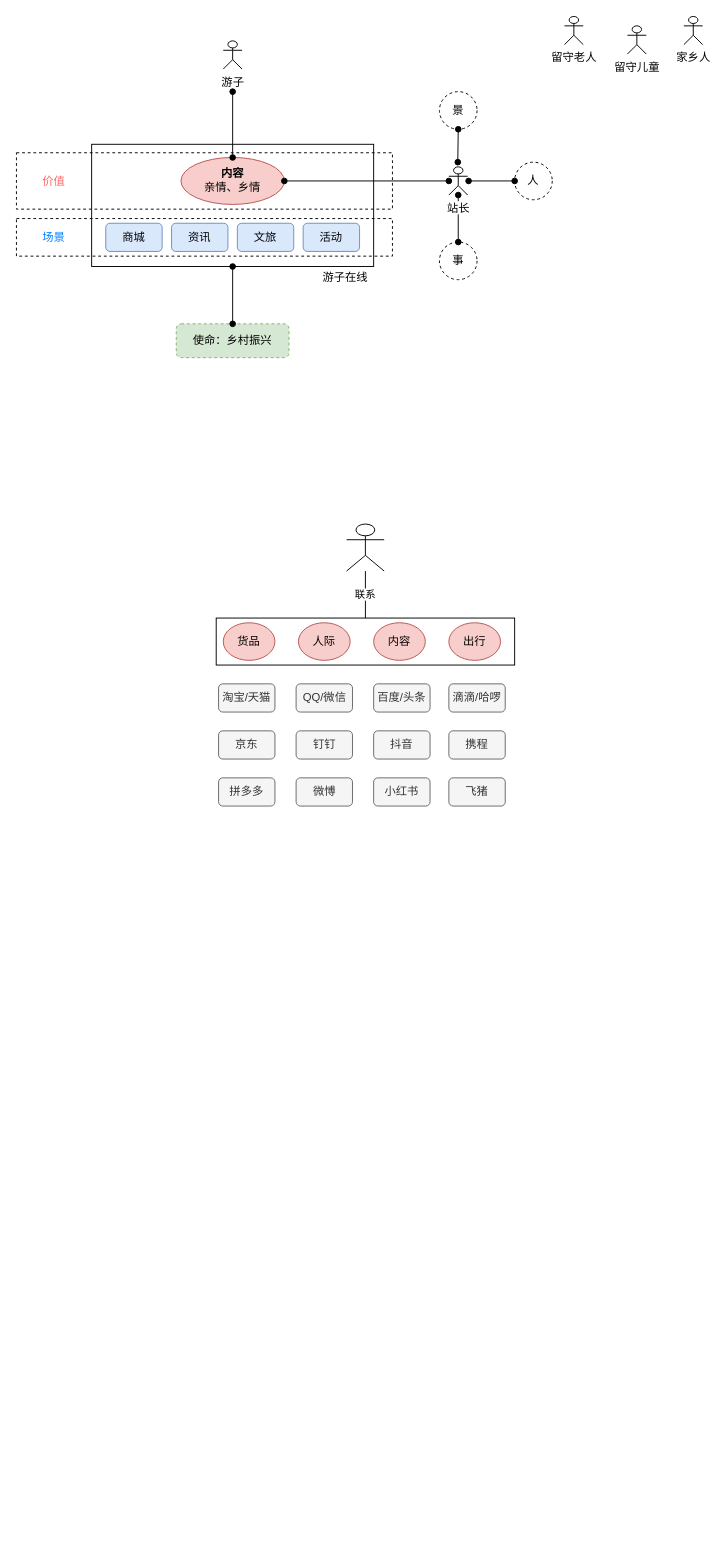
trey03/draw keeps this draw.io diagram as yzzx-sc.drawio. Above is the earlier version. Source tidied: cells renumbered, new cells numbered last; positions are measured from the earlier drawing's top-left corner, leaving out a move shared by most shapes. Both pictures are drawn from the tidied source at 94%, with x=0, y=0 at pixel (16, 16).
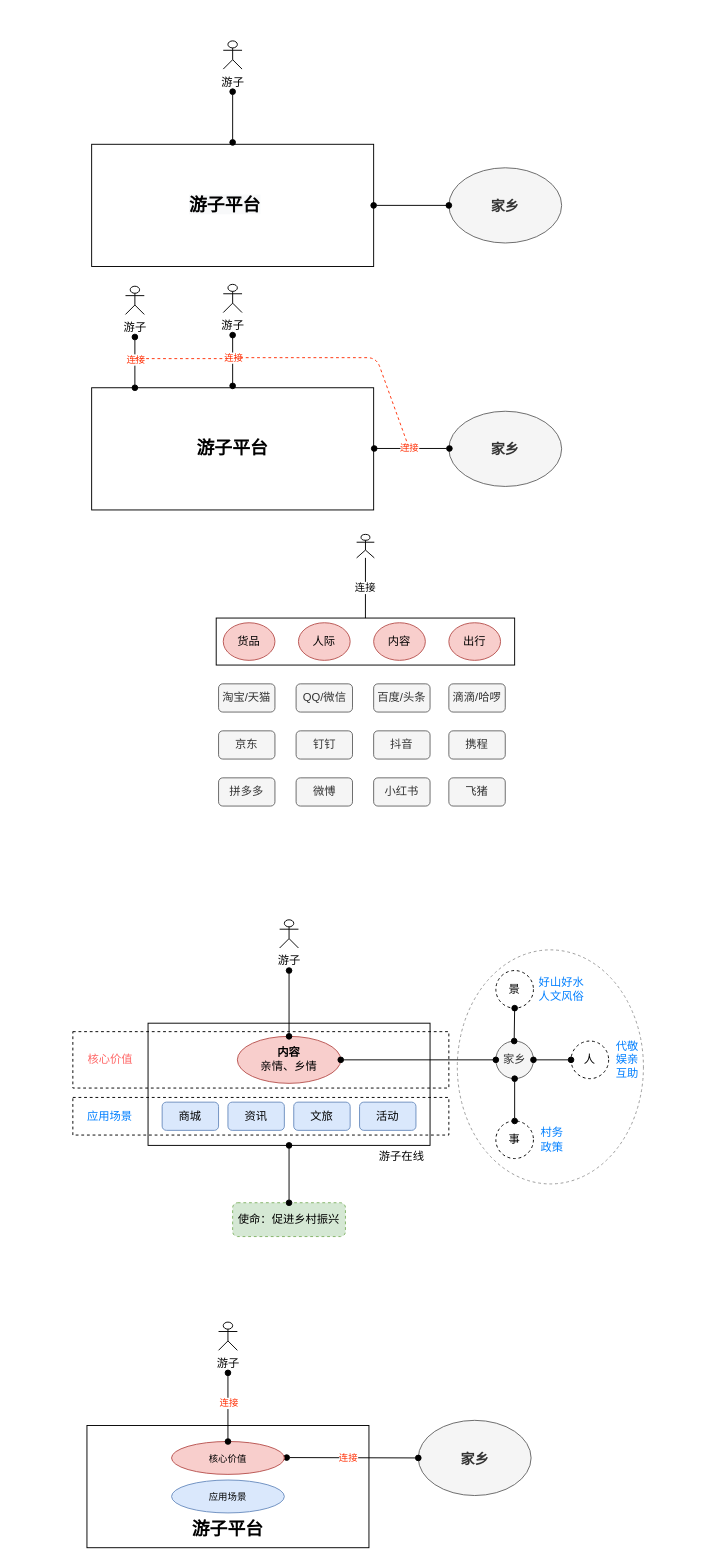
Above is the later version.

Unchanged cells that the change refers to:
```xml
<mxCell id="26" style="html=1;" parent="1" vertex="1">
  <mxGeometry x="212.5" y="640" width="317.5" height="50" as="geometry" />
</mxCell>
```

What changed in the source:
```diff
@@
+    <mxCell id="47" style="ellipse;whiteSpace=wrap;html=1;strokeColor=#999999;fontSize=10;fontColor=#333333;fillColor=none;dashed=1;" parent="1" vertex="1">
+      <mxGeometry x="469" y="993" width="198" height="249" as="geometry" />
+    </mxCell>
-    <mxCell id="2" style="rounded=0;whiteSpace=wrap;html=1;" parent="1" vertex="1">
+    <mxCell id="2" style="rounded=0;whiteSpace=wrap;html=1;fontStyle=1;fontSize=19;" parent="1" vertex="1">
       <mxGeometry x="80" y="136" width="300" height="130" as="geometry" />
     </mxCell>
-    <mxCell id="3" style="rounded=0;whiteSpace=wrap;html=1;dashed=1;fillColor=none;" parent="1" vertex="1">
-      <mxGeometry y="215" width="400" height="40" as="geometry" />
-    </mxCell>
@@
-    <mxCell id="5" value="&lt;b&gt;内容&lt;/b&gt;&lt;br&gt;亲情、乡情" style="ellipse;whiteSpace=wrap;html=1;fillColor=#f8cecc;strokeColor=#b85450;spacing=15;spacingTop=0;spacingBottom=3;" parent="1" vertex="1">
-      <mxGeometry x="175" y="150" width="110" height="50" as="geometry" />
-    </mxCell>
-    <mxCell id="6" style="rounded=0;jettySize=auto;html=1;endArrow=oval;endFill=1;startArrow=oval;startFill=1;exitX=0.5;exitY=0;exitDx=0;exitDy=0;" parent="1" edge="1" source="5">
+    <mxCell id="6" style="rounded=0;orthogonalLoop=1;jettySize=auto;html=1;endArrow=oval;endFill=1;startArrow=oval;startFill=1;" parent="1" edge="1">
       <mxGeometry relative="1" as="geometry">
+        <mxPoint x="230" y="134" as="sourcePoint" />
         <mxPoint x="230" y="80" as="targetPoint" />
       </mxGeometry>
     </mxCell>
-    <mxCell id="7" value="商城" style="rounded=1;whiteSpace=wrap;html=1;fillColor=#dae8fc;strokeColor=#6c8ebf;" parent="1" vertex="1">
-      <mxGeometry x="95" y="220" width="60" height="30" as="geometry" />
-    </mxCell>
-    <mxCell id="8" value="资讯" style="rounded=1;whiteSpace=wrap;html=1;fillColor=#dae8fc;strokeColor=#6c8ebf;" parent="1" vertex="1">
-      <mxGeometry x="165" y="220" width="60" height="30" as="geometry" />
-    </mxCell>
-    <mxCell id="9" value="文旅" style="rounded=1;whiteSpace=wrap;html=1;fillColor=#dae8fc;strokeColor=#6c8ebf;" parent="1" vertex="1">
-      <mxGeometry x="235" y="220" width="60" height="30" as="geometry" />
-    </mxCell>
-    <mxCell id="10" value="活动" style="rounded=1;whiteSpace=wrap;html=1;fillColor=#dae8fc;strokeColor=#6c8ebf;" parent="1" vertex="1">
-      <mxGeometry x="305" y="220" width="60" height="30" as="geometry" />
-    </mxCell>
-    <mxCell id="11" style="edgeStyle=none;rounded=0;jettySize=auto;html=1;entryX=1;entryY=0.5;entryDx=0;entryDy=0;startArrow=oval;startFill=1;endArrow=oval;endFill=1;" parent="1" edge="1" target="5">
-      <mxGeometry relative="1" as="geometry">
-        <mxPoint x="460" y="175" as="sourcePoint" />
-      </mxGeometry>
-    </mxCell>
-    <mxCell id="12" style="edgeStyle=none;rounded=0;jettySize=auto;html=1;startArrow=oval;startFill=1;endArrow=oval;endFill=1;" parent="1" edge="1" source="13">
-      <mxGeometry relative="1" as="geometry">
-        <mxPoint x="470" y="240" as="targetPoint" />
-      </mxGeometry>
-    </mxCell>
-    <mxCell id="13" value="站长" style="shape=umlActor;verticalLabelPosition=bottom;labelBackgroundColor=#ffffff;verticalAlign=top;html=1;outlineConnect=0;" parent="1" vertex="1">
-      <mxGeometry x="460" y="160" width="20" height="30" as="geometry" />
-    </mxCell>
-    <mxCell id="14" value="场景" style="text;html=1;strokeColor=none;fillColor=none;align=center;verticalAlign=middle;whiteSpace=wrap;rounded=0;dashed=1;fontColor=#007FFF;" parent="1" vertex="1">
-      <mxGeometry x="20" y="225" width="40" height="20" as="geometry" />
-    </mxCell>
-    <mxCell id="15" style="rounded=0;whiteSpace=wrap;html=1;dashed=1;fillColor=none;" parent="1" vertex="1">
-      <mxGeometry y="145" width="400" height="60" as="geometry" />
-    </mxCell>
-    <mxCell id="16" value="价值" style="text;html=1;strokeColor=none;fillColor=none;align=center;verticalAlign=middle;whiteSpace=wrap;rounded=0;dashed=1;fontColor=#FF6666;" parent="1" vertex="1">
-      <mxGeometry x="20" y="166" width="40" height="20" as="geometry" />
-    </mxCell>
-    <mxCell id="17" value="游子在线" style="text;html=1;strokeColor=none;fillColor=none;align=center;verticalAlign=middle;whiteSpace=wrap;rounded=0;dashed=1;" parent="1" vertex="1">
-      <mxGeometry x="316" y="268" width="68" height="20" as="geometry" />
-    </mxCell>
-    <mxCell id="18" value="使命：乡村振兴" style="rounded=1;whiteSpace=wrap;html=1;dashed=1;fillColor=#d5e8d4;strokeColor=#82b366;" parent="1" vertex="1">
-      <mxGeometry x="170" y="327" width="120" height="36" as="geometry" />
-    </mxCell>
-    <mxCell id="19" style="edgeStyle=none;rounded=0;jettySize=auto;html=1;exitX=0.5;exitY=1;exitDx=0;exitDy=0;entryX=0.5;entryY=0;entryDx=0;entryDy=0;startArrow=oval;startFill=1;endArrow=oval;endFill=1;" parent="1" edge="1" source="2" target="18">
-      <mxGeometry relative="1" as="geometry" />
-    </mxCell>
-    <mxCell id="20" value="留守儿童" style="shape=umlActor;verticalLabelPosition=bottom;labelBackgroundColor=#ffffff;verticalAlign=top;html=1;" parent="1" vertex="1">
-      <mxGeometry x="650" y="10" width="20" height="30" as="geometry" />
-    </mxCell>
-    <mxCell id="21" value="留守老人" style="shape=umlActor;verticalLabelPosition=bottom;labelBackgroundColor=#ffffff;verticalAlign=top;html=1;" parent="1" vertex="1">
-      <mxGeometry x="583" width="20" height="30" as="geometry" />
-    </mxCell>
-    <mxCell id="22" value="家乡人" style="shape=umlActor;verticalLabelPosition=bottom;labelBackgroundColor=#ffffff;verticalAlign=top;html=1;" parent="1" vertex="1">
-      <mxGeometry x="710" width="20" height="30" as="geometry" />
-    </mxCell>
-    <mxCell id="23" style="rounded=0;orthogonalLoop=1;jettySize=auto;html=1;endArrow=oval;endFill=1;startArrow=oval;startFill=1;" parent="1" edge="1">
-      <mxGeometry relative="1" as="geometry">
-        <mxPoint x="481" y="175" as="sourcePoint" />
-        <mxPoint x="530" y="175" as="targetPoint" />
-      </mxGeometry>
-    </mxCell>
-    <mxCell id="24" value="事" style="ellipse;whiteSpace=wrap;html=1;dashed=1;fillColor=none;" parent="1" vertex="1">
-      <mxGeometry x="450" y="240" width="40" height="40" as="geometry" />
-    </mxCell>
     <mxCell id="25" style="shape=umlActor;verticalLabelPosition=bottom;labelBackgroundColor=#ffffff;verticalAlign=top;html=1;outlineConnect=0;" parent="1" vertex="1">
-      <mxGeometry x="351.2" y="540" width="40" height="50" as="geometry" />
+      <mxGeometry x="361.9" y="551" width="18.8" height="25" as="geometry" />
     </mxCell>
@@
-    <mxCell id="30" value="联系" style="endArrow=none;html=1;fontColor=#000000;exitX=0.5;exitY=0;exitDx=0;exitDy=0;" parent="1" edge="1" source="26" target="25">
+    <mxCell id="30" value="连接" style="endArrow=none;html=1;fontColor=#000000;exitX=0.5;exitY=0;exitDx=0;exitDy=0;" parent="1" edge="1" source="26" target="25">
       <mxGeometry relative="1" as="geometry" />
     </mxCell>
-    <mxCell id="31" value="人" style="ellipse;whiteSpace=wrap;html=1;dashed=1;fillColor=none;" parent="1" vertex="1">
-      <mxGeometry x="530" y="155" width="40" height="40" as="geometry" />
-    </mxCell>
-    <mxCell id="32" value="景" style="ellipse;whiteSpace=wrap;html=1;dashed=1;fillColor=none;" parent="1" vertex="1">
-      <mxGeometry x="450" y="80" width="40" height="40" as="geometry" />
-    </mxCell>
-    <mxCell id="33" style="edgeStyle=none;rounded=0;orthogonalLoop=1;jettySize=auto;html=1;startArrow=oval;startFill=1;endArrow=oval;endFill=1;" parent="1" edge="1">
-      <mxGeometry relative="1" as="geometry">
-        <mxPoint x="470" y="120" as="sourcePoint" />
-        <mxPoint x="469.5" y="155" as="targetPoint" />
-      </mxGeometry>
-    </mxCell>
@@
+    <mxCell id="48" style="rounded=0;whiteSpace=wrap;html=1;" parent="1" vertex="1">
+      <mxGeometry x="140" y="1071" width="300" height="130" as="geometry" />
+    </mxCell>
+    <mxCell id="49" style="rounded=0;whiteSpace=wrap;html=1;dashed=1;fillColor=none;" parent="1" vertex="1">
+      <mxGeometry x="60" y="1150" width="400" height="40" as="geometry" />
+    </mxCell>
+    <mxCell id="50" value="游子" style="shape=umlActor;verticalLabelPosition=bottom;labelBackgroundColor=#ffffff;verticalAlign=top;html=1;" parent="1" vertex="1">
+      <mxGeometry x="280" y="961" width="20" height="30" as="geometry" />
+    </mxCell>
+    <mxCell id="5" value="&lt;b&gt;内容&lt;/b&gt;&lt;br&gt;亲情、乡情" style="ellipse;whiteSpace=wrap;html=1;fillColor=#f8cecc;strokeColor=#b85450;spacing=15;spacingTop=0;spacingBottom=3;" parent="1" vertex="1">
+      <mxGeometry x="235" y="1085" width="110" height="50" as="geometry" />
+    </mxCell>
+    <mxCell id="51" style="rounded=0;jettySize=auto;html=1;endArrow=oval;endFill=1;startArrow=oval;startFill=1;exitX=0.5;exitY=0;exitDx=0;exitDy=0;" parent="1" edge="1" source="5">
+      <mxGeometry relative="1" as="geometry">
+        <mxPoint x="290" y="1015" as="targetPoint" />
+      </mxGeometry>
+    </mxCell>
+    <mxCell id="7" value="商城" style="rounded=1;whiteSpace=wrap;html=1;fillColor=#dae8fc;strokeColor=#6c8ebf;" parent="1" vertex="1">
+      <mxGeometry x="155" y="1155" width="60" height="30" as="geometry" />
+    </mxCell>
+    <mxCell id="8" value="资讯" style="rounded=1;whiteSpace=wrap;html=1;fillColor=#dae8fc;strokeColor=#6c8ebf;" parent="1" vertex="1">
+      <mxGeometry x="225" y="1155" width="60" height="30" as="geometry" />
+    </mxCell>
+    <mxCell id="9" value="文旅" style="rounded=1;whiteSpace=wrap;html=1;fillColor=#dae8fc;strokeColor=#6c8ebf;" parent="1" vertex="1">
+      <mxGeometry x="295" y="1155" width="60" height="30" as="geometry" />
+    </mxCell>
+    <mxCell id="10" value="活动" style="rounded=1;whiteSpace=wrap;html=1;fillColor=#dae8fc;strokeColor=#6c8ebf;" parent="1" vertex="1">
+      <mxGeometry x="365" y="1155" width="60" height="30" as="geometry" />
+    </mxCell>
+    <mxCell id="52" value="应用场景" style="text;html=1;strokeColor=none;fillColor=none;align=center;verticalAlign=middle;whiteSpace=wrap;rounded=0;dashed=1;fontColor=#007FFF;" parent="1" vertex="1">
+      <mxGeometry x="74" y="1160" width="51" height="20" as="geometry" />
+    </mxCell>
+    <mxCell id="53" style="rounded=0;whiteSpace=wrap;html=1;dashed=1;fillColor=none;" parent="1" vertex="1">
+      <mxGeometry x="60" y="1080" width="400" height="60" as="geometry" />
+    </mxCell>
+    <mxCell id="54" value="核心价值" style="text;html=1;strokeColor=none;fillColor=none;align=center;verticalAlign=middle;whiteSpace=wrap;rounded=0;dashed=1;fontColor=#FF6666;" parent="1" vertex="1">
+      <mxGeometry x="75" y="1100" width="50" height="20" as="geometry" />
+    </mxCell>
+    <mxCell id="17" value="游子在线" style="text;html=1;strokeColor=none;fillColor=none;align=center;verticalAlign=middle;whiteSpace=wrap;rounded=0;dashed=1;" parent="1" vertex="1">
+      <mxGeometry x="376" y="1203" width="68" height="20" as="geometry" />
+    </mxCell>
+    <mxCell id="55" value="使命：促进乡村振兴" style="rounded=1;whiteSpace=wrap;html=1;dashed=1;fillColor=#d5e8d4;strokeColor=#82b366;" parent="1" vertex="1">
+      <mxGeometry x="230" y="1262" width="120" height="36" as="geometry" />
+    </mxCell>
+    <mxCell id="56" style="edgeStyle=none;rounded=0;jettySize=auto;html=1;exitX=0.5;exitY=1;exitDx=0;exitDy=0;entryX=0.5;entryY=0;entryDx=0;entryDy=0;startArrow=oval;startFill=1;endArrow=oval;endFill=1;" parent="1" edge="1" source="48" target="55">
+      <mxGeometry relative="1" as="geometry" />
+    </mxCell>
+    <mxCell id="24" value="事" style="ellipse;whiteSpace=wrap;html=1;fillColor=none;dashed=1;" parent="1" vertex="1">
+      <mxGeometry x="510" y="1175" width="40" height="40" as="geometry" />
+    </mxCell>
+    <mxCell id="31" value="人" style="ellipse;whiteSpace=wrap;html=1;fillColor=none;dashed=1;" parent="1" vertex="1">
+      <mxGeometry x="590" y="1090" width="40" height="40" as="geometry" />
+    </mxCell>
+    <mxCell id="32" value="景" style="ellipse;whiteSpace=wrap;html=1;fillColor=none;dashed=1;" parent="1" vertex="1">
+      <mxGeometry x="510" y="1015" width="40" height="40" as="geometry" />
+    </mxCell>
+    <mxCell id="57" value="代敬&lt;br&gt;娱亲&lt;br&gt;互助" style="text;html=1;strokeColor=none;fillColor=none;align=center;verticalAlign=middle;whiteSpace=wrap;rounded=0;fontColor=#007FFF;" parent="1" vertex="1">
+      <mxGeometry x="630" y="1100" width="40" height="20" as="geometry" />
+    </mxCell>
+    <mxCell id="58" value="好山好水&lt;br&gt;人文风俗" style="text;html=1;strokeColor=none;fillColor=none;align=center;verticalAlign=middle;whiteSpace=wrap;rounded=0;fontColor=#007FFF;" parent="1" vertex="1">
+      <mxGeometry x="550" y="1025" width="60" height="20" as="geometry" />
+    </mxCell>
+    <mxCell id="59" value="村务&lt;br&gt;政策&lt;br&gt;" style="text;html=1;strokeColor=none;fillColor=none;align=center;verticalAlign=middle;whiteSpace=wrap;rounded=0;fontColor=#007FFF;" parent="1" vertex="1">
+      <mxGeometry x="550" y="1185" width="40" height="20" as="geometry" />
+    </mxCell>
+    <mxCell id="60" value="家乡" style="ellipse;whiteSpace=wrap;html=1;strokeColor=#666666;fontColor=#333333;fillColor=#f5f5f5;fontStyle=1;fontSize=15;" parent="1" vertex="1">
+      <mxGeometry x="460" y="161" width="120" height="80" as="geometry" />
+    </mxCell>
+    <mxCell id="11" style="edgeStyle=none;rounded=0;jettySize=auto;html=1;startArrow=oval;startFill=1;endArrow=oval;endFill=1;entryX=1;entryY=0.5;entryDx=0;entryDy=0;exitX=0;exitY=0.5;exitDx=0;exitDy=0;" parent="1" edge="1" source="60" target="2">
+      <mxGeometry relative="1" as="geometry" />
+    </mxCell>
+    <mxCell id="61" value="游子平台" style="rounded=0;whiteSpace=wrap;html=1;fontStyle=1;fontSize=19;" parent="1" vertex="1">
+      <mxGeometry x="80" y="395" width="300" height="130" as="geometry" />
+    </mxCell>
+    <mxCell id="62" value="游子" style="shape=umlActor;verticalLabelPosition=bottom;labelBackgroundColor=#ffffff;verticalAlign=top;html=1;" parent="1" vertex="1">
+      <mxGeometry x="220" y="285" width="20" height="30" as="geometry" />
+    </mxCell>
+    <mxCell id="63" style="rounded=0;orthogonalLoop=1;jettySize=auto;html=1;endArrow=oval;endFill=1;startArrow=oval;startFill=1;" parent="1" edge="1">
+      <mxGeometry relative="1" as="geometry">
+        <mxPoint x="230" y="393" as="sourcePoint" />
+        <mxPoint x="230" y="339" as="targetPoint" />
+      </mxGeometry>
+    </mxCell>
+    <mxCell id="64" value="&lt;font style=&quot;font-size: 10px;&quot;&gt;连接&lt;/font&gt;" style="edgeLabel;html=1;align=center;verticalAlign=middle;fontSize=10;fontColor=#FF3108;" parent="63" vertex="1">
+      <mxGeometry x="0.15" relative="1" as="geometry" />
+    </mxCell>
+    <mxCell id="65" value="家乡" style="ellipse;whiteSpace=wrap;html=1;strokeColor=#666666;fontColor=#333333;fillColor=#f5f5f5;fontStyle=1;fontSize=15;" parent="1" vertex="1">
+      <mxGeometry x="460" y="420" width="120" height="80" as="geometry" />
+    </mxCell>
+    <mxCell id="66" style="edgeStyle=none;rounded=0;orthogonalLoop=1;jettySize=auto;html=1;startArrow=oval;startFill=1;endArrow=oval;endFill=1;" parent="1" edge="1">
+      <mxGeometry relative="1" as="geometry">
+        <mxPoint x="460.6" y="459.6" as="sourcePoint" />
+        <mxPoint x="380.6" y="459.6" as="targetPoint" />
+      </mxGeometry>
+    </mxCell>
+    <mxCell id="67" value="连接" style="edgeLabel;html=1;align=center;verticalAlign=middle;fontSize=10;fontColor=#FF3108;" parent="66" vertex="1">
+      <mxGeometry x="0.07" y="-1" relative="1" as="geometry" />
+    </mxCell>
+    <mxCell id="68" value="&lt;span style=&quot;color: rgb(0, 0, 0); font-family: Helvetica; font-size: 19px; font-style: normal; font-variant-ligatures: normal; font-variant-caps: normal; font-weight: 700; letter-spacing: normal; orphans: 2; text-align: center; text-indent: 0px; text-transform: none; widows: 2; word-spacing: 0px; -webkit-text-stroke-width: 0px; background-color: rgb(248, 249, 250); text-decoration-style: initial; text-decoration-color: initial; float: none; display: inline !important;&quot;&gt;游子平台&lt;/span&gt;" style="text;whiteSpace=wrap;html=1;fontSize=10;fontColor=#FF3108;" parent="1" vertex="1">
+      <mxGeometry x="182" y="183" width="96" height="30" as="geometry" />
+    </mxCell>
+    <mxCell id="69" style="endArrow=none;dashed=1;html=1;fontSize=10;fontColor=#FF3108;strokeColor=#FF3108;" parent="1" edge="1">
+      <mxGeometry relative="1" as="geometry">
+        <mxPoint x="232" y="363" as="sourcePoint" />
+        <mxPoint x="418" y="460" as="targetPoint" />
+        <Array as="points">
+          <mxPoint x="383" y="363" />
+        </Array>
+      </mxGeometry>
+    </mxCell>
+    <mxCell id="70" value="游子" style="shape=umlActor;verticalLabelPosition=bottom;labelBackgroundColor=#ffffff;verticalAlign=top;html=1;" parent="1" vertex="1">
+      <mxGeometry x="116" y="287" width="20" height="30" as="geometry" />
+    </mxCell>
+    <mxCell id="71" style="rounded=0;orthogonalLoop=1;jettySize=auto;html=1;endArrow=oval;endFill=1;startArrow=oval;startFill=1;" parent="1" edge="1">
+      <mxGeometry relative="1" as="geometry">
+        <mxPoint x="126" y="395" as="sourcePoint" />
+        <mxPoint x="126" y="341" as="targetPoint" />
+      </mxGeometry>
+    </mxCell>
+    <mxCell id="72" value="&lt;font style=&quot;font-size: 10px;&quot;&gt;连接&lt;/font&gt;" style="edgeLabel;html=1;align=center;verticalAlign=middle;fontSize=10;fontColor=#FF3108;" parent="71" vertex="1">
+      <mxGeometry x="0.15" relative="1" as="geometry" />
+    </mxCell>
+    <mxCell id="73" style="endArrow=none;dashed=1;html=1;strokeColor=#FF3108;fontSize=10;fontColor=#FF3108;" parent="1" edge="1">
+      <mxGeometry relative="1" as="geometry">
+        <mxPoint x="126" y="364" as="sourcePoint" />
+        <mxPoint x="227" y="364" as="targetPoint" />
+      </mxGeometry>
+    </mxCell>
+    <mxCell id="74" value="&lt;br&gt;&lt;br&gt;&lt;br&gt;&lt;br&gt;游子平台" style="rounded=0;whiteSpace=wrap;html=1;fontStyle=1;fontSize=19;" parent="1" vertex="1">
+      <mxGeometry x="75" y="1499" width="300" height="130" as="geometry" />
+    </mxCell>
+    <mxCell id="75" value="游子" style="shape=umlActor;verticalLabelPosition=bottom;labelBackgroundColor=#ffffff;verticalAlign=top;html=1;" parent="1" vertex="1">
+      <mxGeometry x="215" y="1389" width="20" height="30" as="geometry" />
+    </mxCell>
+    <mxCell id="76" value="家乡" style="ellipse;whiteSpace=wrap;html=1;strokeColor=#666666;fontColor=#333333;fillColor=#f5f5f5;fontStyle=1;fontSize=15;" parent="1" vertex="1">
+      <mxGeometry x="427.5" y="1493.5" width="120" height="80" as="geometry" />
+    </mxCell>
+    <mxCell id="77" style="edgeStyle=none;rounded=0;jettySize=auto;html=1;startArrow=oval;startFill=1;endArrow=oval;endFill=1;exitX=0;exitY=0.5;exitDx=0;exitDy=0;" parent="1" edge="1" source="76">
+      <mxGeometry relative="1" as="geometry">
+        <mxPoint x="287.5" y="1533.1" as="targetPoint" />
+      </mxGeometry>
+    </mxCell>
+    <mxCell id="78" value="连接" style="edgeLabel;html=1;align=center;verticalAlign=middle;fontSize=10;fontColor=#FF3108;" parent="77" vertex="1">
+      <mxGeometry x="0.07" y="-1" relative="1" as="geometry" />
+    </mxCell>
+    <mxCell id="79" value="核心价值" style="ellipse;whiteSpace=wrap;html=1;strokeColor=#b85450;fontSize=10;fillColor=#f8cecc;" parent="1" vertex="1">
+      <mxGeometry x="165" y="1516" width="120" height="35" as="geometry" />
+    </mxCell>
+    <mxCell id="80" value="应用场景" style="ellipse;whiteSpace=wrap;html=1;strokeColor=#6c8ebf;fontSize=10;fillColor=#dae8fc;" parent="1" vertex="1">
+      <mxGeometry x="165" y="1557" width="120" height="35" as="geometry" />
+    </mxCell>
+    <mxCell id="81" style="rounded=0;jettySize=auto;html=1;endArrow=oval;endFill=1;startArrow=oval;startFill=1;exitX=0.5;exitY=0;exitDx=0;exitDy=0;" parent="1" edge="1" source="79">
+      <mxGeometry relative="1" as="geometry">
+        <mxPoint x="225" y="1443" as="targetPoint" />
+      </mxGeometry>
+    </mxCell>
+    <mxCell id="82" value="&lt;font style=&quot;font-size: 10px;&quot;&gt;连接&lt;/font&gt;" style="edgeLabel;html=1;align=center;verticalAlign=middle;fontSize=10;fontColor=#FF3108;" parent="81" vertex="1">
+      <mxGeometry x="0.15" relative="1" as="geometry" />
+    </mxCell>
+    <mxCell id="83" value="家乡" style="ellipse;whiteSpace=wrap;html=1;fillColor=#f5f5f5;strokeColor=#666666;fontColor=#333333;" parent="1" vertex="1">
+      <mxGeometry x="510" y="1090" width="40" height="40" as="geometry" />
+    </mxCell>
+    <mxCell id="84" style="edgeStyle=none;rounded=0;jettySize=auto;html=1;entryX=1;entryY=0.5;entryDx=0;entryDy=0;startArrow=oval;startFill=1;endArrow=oval;endFill=1;exitX=0;exitY=0.5;exitDx=0;exitDy=0;" parent="1" edge="1" source="83" target="5">
+      <mxGeometry relative="1" as="geometry" />
+    </mxCell>
+    <mxCell id="85" style="edgeStyle=none;rounded=0;jettySize=auto;html=1;startArrow=oval;startFill=1;endArrow=oval;endFill=1;exitX=0.5;exitY=1;exitDx=0;exitDy=0;" parent="1" edge="1" source="83">
+      <mxGeometry relative="1" as="geometry">
+        <mxPoint x="530" y="1175" as="targetPoint" />
+      </mxGeometry>
+    </mxCell>
+    <mxCell id="86" style="rounded=0;jettySize=auto;html=1;endArrow=oval;endFill=1;startArrow=oval;startFill=1;exitX=1;exitY=0.5;exitDx=0;exitDy=0;" parent="1" edge="1" source="83">
+      <mxGeometry relative="1" as="geometry">
+        <mxPoint x="590" y="1110" as="targetPoint" />
+      </mxGeometry>
+    </mxCell>
+    <mxCell id="87" style="edgeStyle=none;rounded=0;orthogonalLoop=1;jettySize=auto;html=1;startArrow=oval;startFill=1;endArrow=oval;endFill=1;" parent="1" edge="1">
+      <mxGeometry relative="1" as="geometry">
+        <mxPoint x="530" y="1055" as="sourcePoint" />
+        <mxPoint x="529.5" y="1090" as="targetPoint" />
+      </mxGeometry>
+    </mxCell>
```
